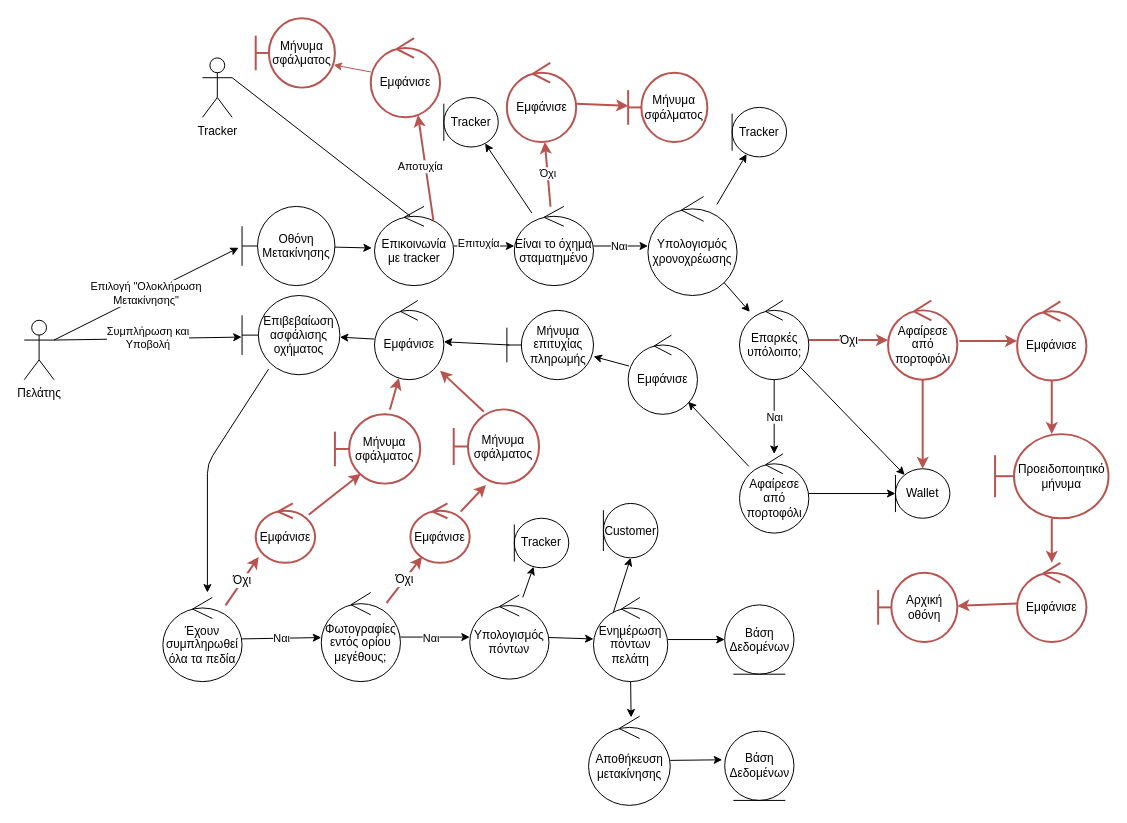
The draw.io diagram Part_2/Robustness/diagrams/03_Ολοκλήρωση_Μετακίνησης.drawio in Nikolis2002/texnoligia_logismikou, before the edit. Source tidied: cells renumbered, new cells numbered last; positions are measured from the earlier drawing's top-left corner, leaving out a move shared by most shapes. Both pictures are drawn from the tidied source at 99%, with x=0, y=0 at pixel (24, 18).
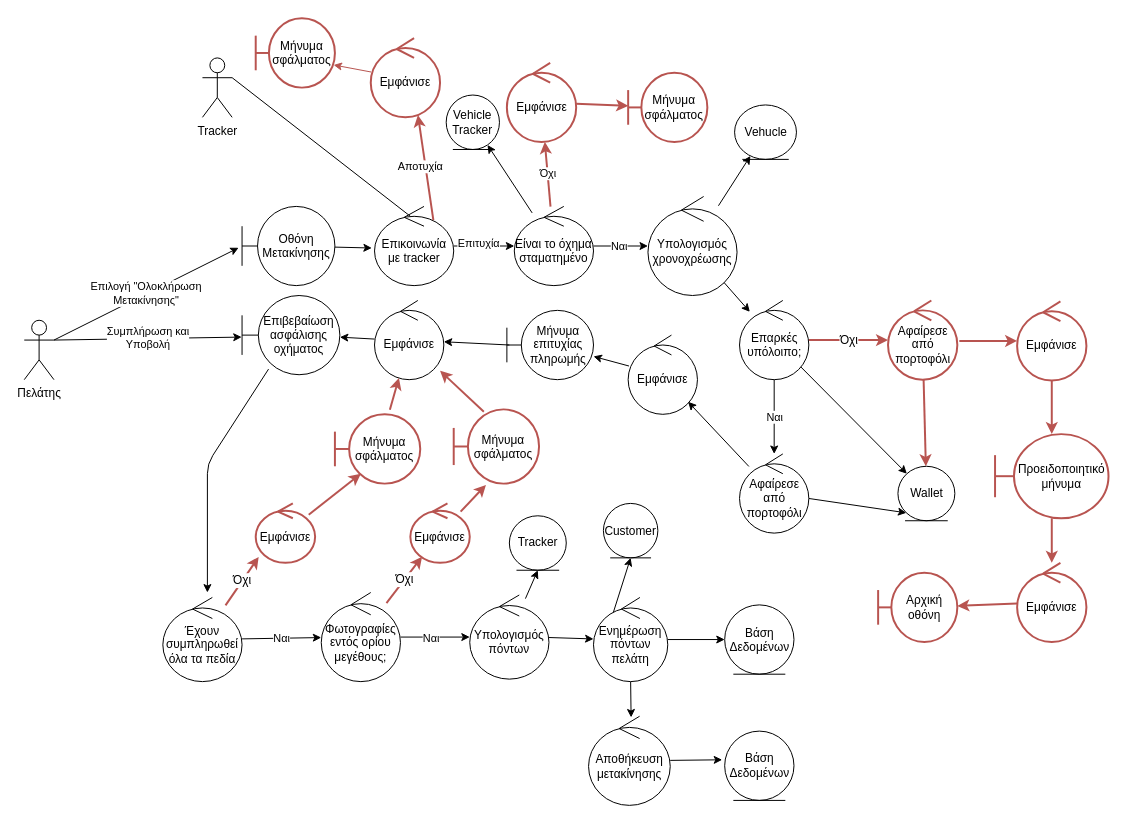
Above is the later version.

The change refers to these unchanged cells:
```xml
<mxCell id="31" value="Αφαίρεσε από πορτοφόλι" style="ellipse;shape=umlControl;whiteSpace=wrap;html=1;" parent="1" vertex="1">
  <mxGeometry x="722.5" y="440" width="70" height="80" as="geometry" />
</mxCell>
<mxCell id="34" value="Αφαίρεσε από πορτοφόλι" style="ellipse;shape=umlControl;whiteSpace=wrap;html=1;fillColor=none;strokeColor=#b85450;strokeWidth=2;" parent="1" vertex="1">
  <mxGeometry x="872.5" y="285" width="70" height="80" as="geometry" />
</mxCell>
<mxCell id="68" value="Υπολογισμός πόντων" style="ellipse;shape=umlControl;whiteSpace=wrap;html=1;" parent="1" vertex="1">
  <mxGeometry x="450" y="582.5" width="80" height="85" as="geometry" />
</mxCell>
<mxCell id="72" value="Ενημέρωση πόντων πελάτη" style="ellipse;shape=umlControl;whiteSpace=wrap;html=1;" parent="1" vertex="1">
  <mxGeometry x="575" y="585" width="75" height="85" as="geometry" />
</mxCell>
```

What changed in the source:
```diff
@@
-    <mxCell id="17" value="Tracker" style="ellipse;shape=umlEntity;whiteSpace=wrap;html=1;direction=south;" parent="1" vertex="1">
-      <mxGeometry x="423.8" y="80" width="55" height="50" as="geometry" />
+    <mxCell id="17" value="Vehicle&lt;br&gt;Tracker" style="ellipse;shape=umlEntity;whiteSpace=wrap;html=1;direction=east;" parent="1" vertex="1">
+      <mxGeometry x="426.2" y="77.5" width="53.8" height="55" as="geometry" />
     </mxCell>
@@
-    <mxCell id="24" value="Tracker" style="ellipse;shape=umlEntity;whiteSpace=wrap;html=1;direction=south;" parent="1" vertex="1">
-      <mxGeometry x="715" y="90" width="55" height="50" as="geometry" />
+    <mxCell id="24" value="Vehucle" style="ellipse;shape=umlEntity;whiteSpace=wrap;html=1;direction=east;" parent="1" vertex="1">
+      <mxGeometry x="717.5" y="87.5" width="62.5" height="55" as="geometry" />
     </mxCell>
@@
-    <mxCell id="29" style="edgeStyle=none;html=1;entryX=0.5;entryY=1;entryDx=0;entryDy=0;endArrow=classic;endFill=1;" parent="1" edge="1" source="31" target="35">
+    <mxCell id="29" style="edgeStyle=none;html=1;entryX=0;entryY=1;entryDx=0;entryDy=0;endArrow=classic;endFill=1;" parent="1" edge="1" source="31" target="35">
       <mxGeometry relative="1" as="geometry" />
     </mxCell>
@@
-    <mxCell id="32" style="edgeStyle=none;html=1;entryX=0;entryY=0.5;entryDx=0;entryDy=0;endArrow=classic;endFill=1;fontSize=12;fillColor=none;strokeColor=#b85450;strokeWidth=2;" parent="1" edge="1" source="34" target="35">
+    <mxCell id="32" style="edgeStyle=none;html=1;endArrow=classic;endFill=1;fontSize=12;fillColor=none;strokeColor=#b85450;strokeWidth=2;" parent="1" edge="1" source="34" target="35">
       <mxGeometry relative="1" as="geometry" />
     </mxCell>
@@
-    <mxCell id="35" value="Wallet" style="ellipse;shape=umlEntity;whiteSpace=wrap;html=1;direction=south;" parent="1" vertex="1">
-      <mxGeometry x="880" y="455" width="55" height="50" as="geometry" />
+    <mxCell id="35" value="Wallet" style="ellipse;shape=umlEntity;whiteSpace=wrap;html=1;direction=east;" parent="1" vertex="1">
+      <mxGeometry x="882.5" y="452.5" width="57.5" height="55" as="geometry" />
     </mxCell>
@@
-    <mxCell id="67" style="edgeStyle=none;html=1;endArrow=classic;endFill=1;" parent="1" edge="1" source="68" target="73">
+    <mxCell id="67" style="edgeStyle=none;html=1;endArrow=classic;endFill=1;entryX=0.5;entryY=1;entryDx=0;entryDy=0;" parent="1" edge="1" source="68" target="73">
       <mxGeometry relative="1" as="geometry" />
     </mxCell>
@@
-    <mxCell id="71" style="edgeStyle=none;html=1;entryX=1;entryY=0.5;entryDx=0;entryDy=0;exitX=0.266;exitY=0.181;exitDx=0;exitDy=0;exitPerimeter=0;" parent="1" edge="1" source="72" target="78">
+    <mxCell id="71" style="edgeStyle=none;html=1;entryX=0.5;entryY=1;entryDx=0;entryDy=0;exitX=0.266;exitY=0.181;exitDx=0;exitDy=0;exitPerimeter=0;" parent="1" edge="1" source="72" target="78">
       <mxGeometry relative="1" as="geometry" />
     </mxCell>
@@
-    <mxCell id="73" value="Tracker" style="ellipse;shape=umlEntity;whiteSpace=wrap;html=1;direction=south;" parent="1" vertex="1">
-      <mxGeometry x="495" y="505" width="55" height="50" as="geometry" />
+    <mxCell id="73" value="Tracker" style="ellipse;shape=umlEntity;whiteSpace=wrap;html=1;direction=east;" parent="1" vertex="1">
+      <mxGeometry x="490" y="502.5" width="57.5" height="55" as="geometry" />
     </mxCell>
@@
-    <mxCell id="78" value="Customer" style="ellipse;shape=umlEntity;whiteSpace=wrap;html=1;direction=south;" parent="1" vertex="1">
+    <mxCell id="78" value="Customer" style="ellipse;shape=umlEntity;whiteSpace=wrap;html=1;direction=east;" parent="1" vertex="1">
       <mxGeometry x="585" y="490" width="55" height="55" as="geometry" />
     </mxCell>
```
